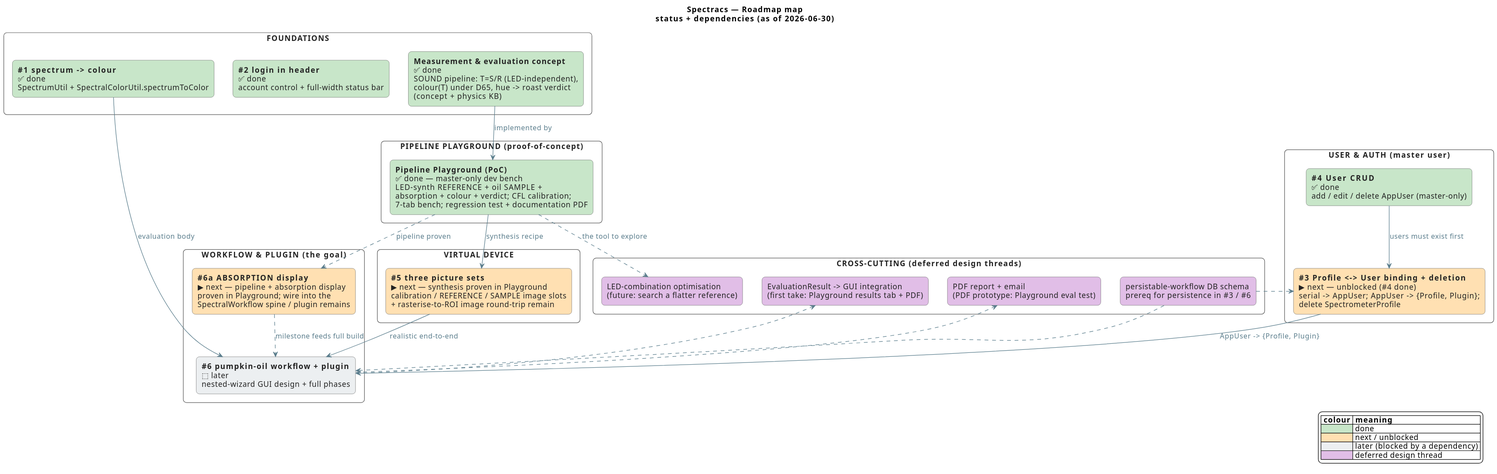
Above: roadmap_map.svg in nidwe72/spectracs-docs (PlantUML), before the change.
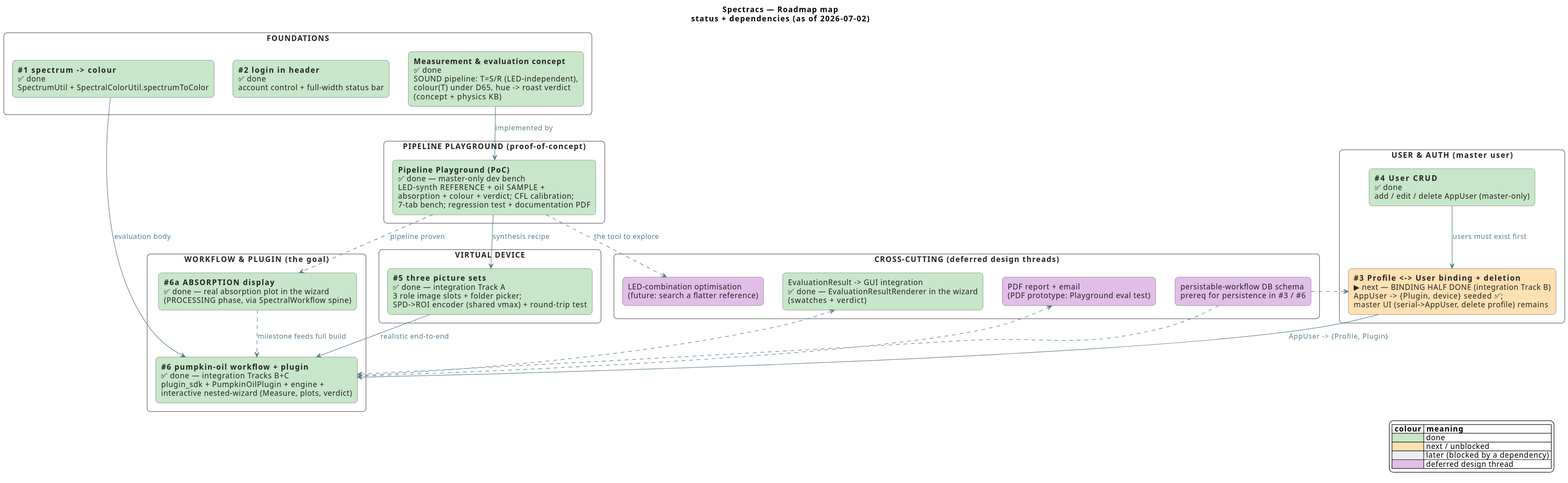
Above is the later version.

Commit message:
Roadmap: pumpkin integration milestone IMPLEMENTED (#5 + #6 done)

- ROADMAP.md: mark the integration milestone implemented; #5 (virtual
  device 3 image sets) and #6 (pumpkin workflow + plugin + wizard) done;
  #3 notes the binding half is done (master profile UI remains).
- roadmap_map.puml + regenerated roadmap_map.svg: #5/#6a/#6 and the
  EvaluationResult->GUI thread turn green; date -> 2026-07-02.

Diff of the diagram source:
```diff
@@ -1,6 +1,6 @@
 @startuml
 
-title Spectracs — Roadmap map\nstatus + dependencies (as of 2026-06-30)
+title Spectracs — Roadmap map\nstatus + dependencies (as of 2026-07-02)
 
 skinparam backgroundColor #FFFFFF
 skinparam shadowing false
@@ -33,21 +33,21 @@
 
 rectangle "USER & AUTH  (master user)" as UA #FFFFFF {
   rectangle "**#4  User CRUD**\n✅ done\nadd / edit / delete AppUser (master-only)" as R4 #C8E6C9
-  rectangle "**#3  Profile <-> User binding + deletion**\n▶ next — unblocked (#4 done)\nserial -> AppUser; AppUser -> {Profile, Plugin};\ndelete SpectrometerProfile" as R3 #FFE0B2
+  rectangle "**#3  Profile <-> User binding + deletion**\n▶ next — BINDING HALF DONE (integration Track B)\nAppUser -> {Plugin, device} seeded ✅;\nmaster UI (serial->AppUser, delete profile) remains" as R3 #FFE0B2
 }
 
 rectangle "VIRTUAL DEVICE" as VD #FFFFFF {
-  rectangle "**#5  three picture sets**\n▶ next — synthesis proven in Playground\ncalibration / REFERENCE / SAMPLE image slots\n+ rasterise-to-ROI image round-trip remain" as R5 #FFE0B2
+  rectangle "**#5  three picture sets**\n✅ done — integration Track A\n3 role image slots + folder picker;\nSPD->ROI encoder (shared vmax) + round-trip test" as R5 #C8E6C9
 }
 
 rectangle "WORKFLOW & PLUGIN   (the goal)" as G #FFFFFF {
-  rectangle "**#6a  ABSORPTION display**\n▶ next — pipeline + absorption display\nproven in Playground; wire into the\nSpectralWorkflow spine / plugin remains" as R6a #FFE0B2
-  rectangle "**#6  pumpkin-oil workflow + plugin**\n⬚ later\nnested-wizard GUI design + full phases" as R6 #ECEFF1
+  rectangle "**#6a  ABSORPTION display**\n✅ done — real absorption plot in the wizard\n(PROCESSING phase, via SpectralWorkflow spine)" as R6a #C8E6C9
+  rectangle "**#6  pumpkin-oil workflow + plugin**\n✅ done — integration Tracks B+C\nplugin_sdk + PumpkinOilPlugin + engine +\ninteractive nested-wizard (Measure, plots, verdict)" as R6 #C8E6C9
 }
 
 rectangle "CROSS-CUTTING  (deferred design threads)" as CC #FFFFFF {
   rectangle "persistable-workflow DB schema\nprereq for persistence in #3 / #6" as CCa #E1BEE7
-  rectangle "EvaluationResult -> GUI integration\n(first take: Playground results tab + PDF)" as CCb #E1BEE7
+  rectangle "EvaluationResult -> GUI integration\n✅ done — EvaluationResultRenderer in the wizard\n(swatches + verdict)" as CCb #C8E6C9
   rectangle "PDF report + email\n(PDF prototype: Playground eval test)" as CCc #E1BEE7
   rectangle "LED-combination optimisation\n(future: search a flatter reference)" as CCd #E1BEE7
 }
```
